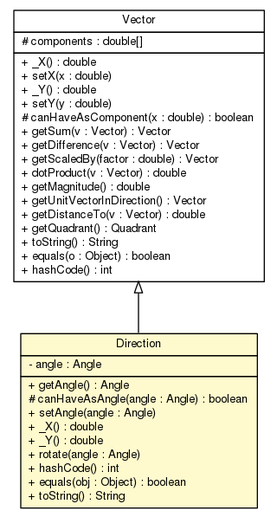
Above: doc/world/physics/vector/Direction.png in sinopeus/asteroids (Graphviz), before the change. Its source is kept beside it as doc/world/physics/vector/Direction.dot.
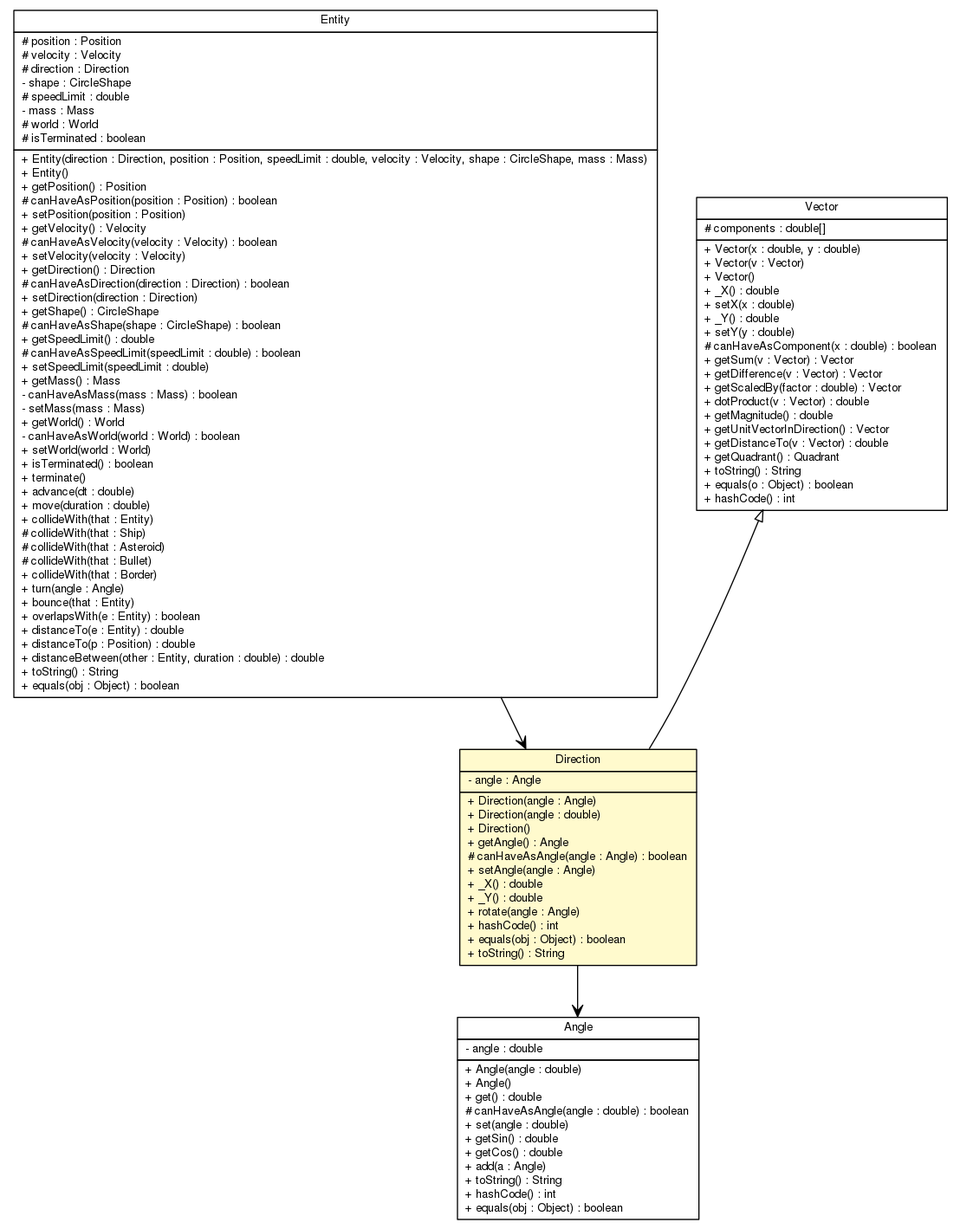
After the change.

Change to the diagram source:
```diff
@@ -4,7 +4,84 @@
 	node [fontname="Helvetica",fontsize=10,shape=plaintext];
 	nodesep=0.25;
 	ranksep=0.5;
-	c7407 [label=<<table title="world.physics.vector.Direction" border="0" cellborder="1" cellspacing="0" cellpadding="2" port="p" bgcolor="lemonChiffon" href="./Direction.html">
+	c7429 [label=<<table title="world.entity.Entity" border="0" cellborder="1" cellspacing="0" cellpadding="2" port="p" href="../../entity/Entity.html">
+		<tr><td><table border="0" cellspacing="0" cellpadding="1">
+<tr><td align="center" balign="center"> Entity </td></tr>
+		</table></td></tr>
+		<tr><td><table border="0" cellspacing="0" cellpadding="1">
+<tr><td align="left" balign="left"> # position : Position </td></tr>
+<tr><td align="left" balign="left"> # velocity : Velocity </td></tr>
+<tr><td align="left" balign="left"> # direction : Direction </td></tr>
+<tr><td align="left" balign="left"> - shape : CircleShape </td></tr>
+<tr><td align="left" balign="left"> # speedLimit : double </td></tr>
+<tr><td align="left" balign="left"> - mass : Mass </td></tr>
+<tr><td align="left" balign="left"> # world : World </td></tr>
+<tr><td align="left" balign="left"> # isTerminated : boolean </td></tr>
+		</table></td></tr>
+		<tr><td><table border="0" cellspacing="0" cellpadding="1">
+<tr><td align="left" balign="left"> + Entity(direction : Direction, position : Position, speedLimit : double, velocity : Velocity, shape : CircleShape, mass : Mass) </td></tr>
+<tr><td align="left" balign="left"> + Entity() </td></tr>
+<tr><td align="left" balign="left"> + getPosition() : Position </td></tr>
+<tr><td align="left" balign="left"> # canHaveAsPosition(position : Position) : boolean </td></tr>
+<tr><td align="left" balign="left"> + setPosition(position : Position) </td></tr>
+<tr><td align="left" balign="left"> + getVelocity() : Velocity </td></tr>
+<tr><td align="left" balign="left"> # canHaveAsVelocity(velocity : Velocity) : boolean </td></tr>
+<tr><td align="left" balign="left"> + setVelocity(velocity : Velocity) </td></tr>
+<tr><td align="left" balign="left"> + getDirection() : Direction </td></tr>
+<tr><td align="left" balign="left"> # canHaveAsDirection(direction : Direction) : boolean </td></tr>
+<tr><td align="left" balign="left"> + setDirection(direction : Direction) </td></tr>
+<tr><td align="left" balign="left"> + getShape() : CircleShape </td></tr>
+<tr><td align="left" balign="left"> # canHaveAsShape(shape : CircleShape) : boolean </td></tr>
+<tr><td align="left" balign="left"> + getSpeedLimit() : double </td></tr>
+<tr><td align="left" balign="left"> # canHaveAsSpeedLimit(speedLimit : double) : boolean </td></tr>
+<tr><td align="left" balign="left"> + setSpeedLimit(speedLimit : double) </td></tr>
+<tr><td align="left" balign="left"> + getMass() : Mass </td></tr>
+<tr><td align="left" balign="left"> - canHaveAsMass(mass : Mass) : boolean </td></tr>
+<tr><td align="left" balign="left"> - setMass(mass : Mass) </td></tr>
+<tr><td align="left" balign="left"> + getWorld() : World </td></tr>
+<tr><td align="left" balign="left"> - canHaveAsWorld(world : World) : boolean </td></tr>
+<tr><td align="left" balign="left"> + setWorld(world : World) </td></tr>
+<tr><td align="left" balign="left"> + isTerminated() : boolean </td></tr>
+<tr><td align="left" balign="left"> + terminate() </td></tr>
+<tr><td align="left" balign="left"> + advance(dt : double) </td></tr>
+<tr><td align="left" balign="left"> + move(duration : double) </td></tr>
+<tr><td align="left" balign="left"> + collideWith(that : Entity) </td></tr>
+<tr><td align="left" balign="left"> # collideWith(that : Ship) </td></tr>
+<tr><td align="left" balign="left"> # collideWith(that : Asteroid) </td></tr>
+<tr><td align="left" balign="left"> # collideWith(that : Bullet) </td></tr>
+<tr><td align="left" balign="left"> + collideWith(that : Border) </td></tr>
+<tr><td align="left" balign="left"> + turn(angle : Angle) </td></tr>
+<tr><td align="left" balign="left"> + bounce(that : Entity) </td></tr>
+<tr><td align="left" balign="left"> + overlapsWith(e : Entity) : boolean </td></tr>
+<tr><td align="left" balign="left"> + distanceTo(e : Entity) : double </td></tr>
+<tr><td align="left" balign="left"> + distanceTo(p : Position) : double </td></tr>
+<tr><td align="left" balign="left"> + distanceBetween(other : Entity, duration : double) : double </td></tr>
+<tr><td align="left" balign="left"> + toString() : String </td></tr>
+<tr><td align="left" balign="left"> + equals(obj : Object) : boolean </td></tr>
+		</table></td></tr>
+		</table>>, URL="../../entity/Entity.html", fontname="Helvetica", fontcolor="black", fontsize=10.0];
+	c7440 [label=<<table title="world.physics.geometry.Angle" border="0" cellborder="1" cellspacing="0" cellpadding="2" port="p" href="../geometry/Angle.html">
+		<tr><td><table border="0" cellspacing="0" cellpadding="1">
+<tr><td align="center" balign="center"> Angle </td></tr>
+		</table></td></tr>
+		<tr><td><table border="0" cellspacing="0" cellpadding="1">
+<tr><td align="left" balign="left"> - angle : double </td></tr>
+		</table></td></tr>
+		<tr><td><table border="0" cellspacing="0" cellpadding="1">
+<tr><td align="left" balign="left"> + Angle(angle : double) </td></tr>
+<tr><td align="left" balign="left"> + Angle() </td></tr>
+<tr><td align="left" balign="left"> + get() : double </td></tr>
+<tr><td align="left" balign="left"> # canHaveAsAngle(angle : double) : boolean </td></tr>
+<tr><td align="left" balign="left"> + set(angle : double) </td></tr>
+<tr><td align="left" balign="left"> + getSin() : double </td></tr>
+<tr><td align="left" balign="left"> + getCos() : double </td></tr>
+<tr><td align="left" balign="left"> + add(a : Angle) </td></tr>
+<tr><td align="left" balign="left"> + toString() : String </td></tr>
+<tr><td align="left" balign="left"> + hashCode() : int </td></tr>
+<tr><td align="left" balign="left"> + equals(obj : Object) : boolean </td></tr>
+		</table></td></tr>
+		</table>>, URL="../geometry/Angle.html", fontname="Helvetica", fontcolor="black", fontsize=10.0];
+	c7443 [label=<<table title="world.physics.vector.Direction" border="0" cellborder="1" cellspacing="0" cellpadding="2" port="p" bgcolor="lemonChiffon" href="./Direction.html">
 		<tr><td><table border="0" cellspacing="0" cellpadding="1">
 <tr><td align="center" balign="center"> Direction </td></tr>
 		</table></td></tr>
@@ -12,6 +89,9 @@
 <tr><td align="left" balign="left"> - angle : Angle </td></tr>
 		</table></td></tr>
 		<tr><td><table border="0" cellspacing="0" cellpadding="1">
+<tr><td align="left" balign="left"> + Direction(angle : Angle) </td></tr>
+<tr><td align="left" balign="left"> + Direction(angle : double) </td></tr>
+<tr><td align="left" balign="left"> + Direction() </td></tr>
 <tr><td align="left" balign="left"> + getAngle() : Angle </td></tr>
 <tr><td align="left" balign="left"> # canHaveAsAngle(angle : Angle) : boolean </td></tr>
 <tr><td align="left" balign="left"> + setAngle(angle : Angle) </td></tr>
@@ -23,7 +103,7 @@
 <tr><td align="left" balign="left"> + toString() : String </td></tr>
 		</table></td></tr>
 		</table>>, URL="./Direction.html", fontname="Helvetica", fontcolor="black", fontsize=10.0];
-	c7411 [label=<<table title="world.physics.vector.Vector" border="0" cellborder="1" cellspacing="0" cellpadding="2" port="p" href="./Vector.html">
+	c7447 [label=<<table title="world.physics.vector.Vector" border="0" cellborder="1" cellspacing="0" cellpadding="2" port="p" href="./Vector.html">
 		<tr><td><table border="0" cellspacing="0" cellpadding="1">
 <tr><td align="center" balign="center"> Vector </td></tr>
 		</table></td></tr>
@@ -31,6 +111,9 @@
 <tr><td align="left" balign="left"> # components : double[] </td></tr>
 		</table></td></tr>
 		<tr><td><table border="0" cellspacing="0" cellpadding="1">
+<tr><td align="left" balign="left"> + Vector(x : double, y : double) </td></tr>
+<tr><td align="left" balign="left"> + Vector(v : Vector) </td></tr>
+<tr><td align="left" balign="left"> + Vector() </td></tr>
 <tr><td align="left" balign="left"> + _X() : double </td></tr>
 <tr><td align="left" balign="left"> + setX(x : double) </td></tr>
 <tr><td align="left" balign="left"> + _Y() : double </td></tr>
@@ -49,5 +132,7 @@
 <tr><td align="left" balign="left"> + hashCode() : int </td></tr>
 		</table></td></tr>
 		</table>>, URL="./Vector.html", fontname="Helvetica", fontcolor="black", fontsize=10.0];
-	c7411:p -> c7407:p [dir=back,arrowtail=empty];
+	c7447:p -> c7443:p [dir=back,arrowtail=empty];
+	c7429:p -> c7443:p [taillabel="", label="", headlabel="", fontname="Helvetica", fontcolor="black", fontsize=10.0, color="black", arrowhead=open];
+	c7443:p -> c7440:p [taillabel="", label="", headlabel="", fontname="Helvetica", fontcolor="black", fontsize=10.0, color="black", arrowhead=open];
 }
```
